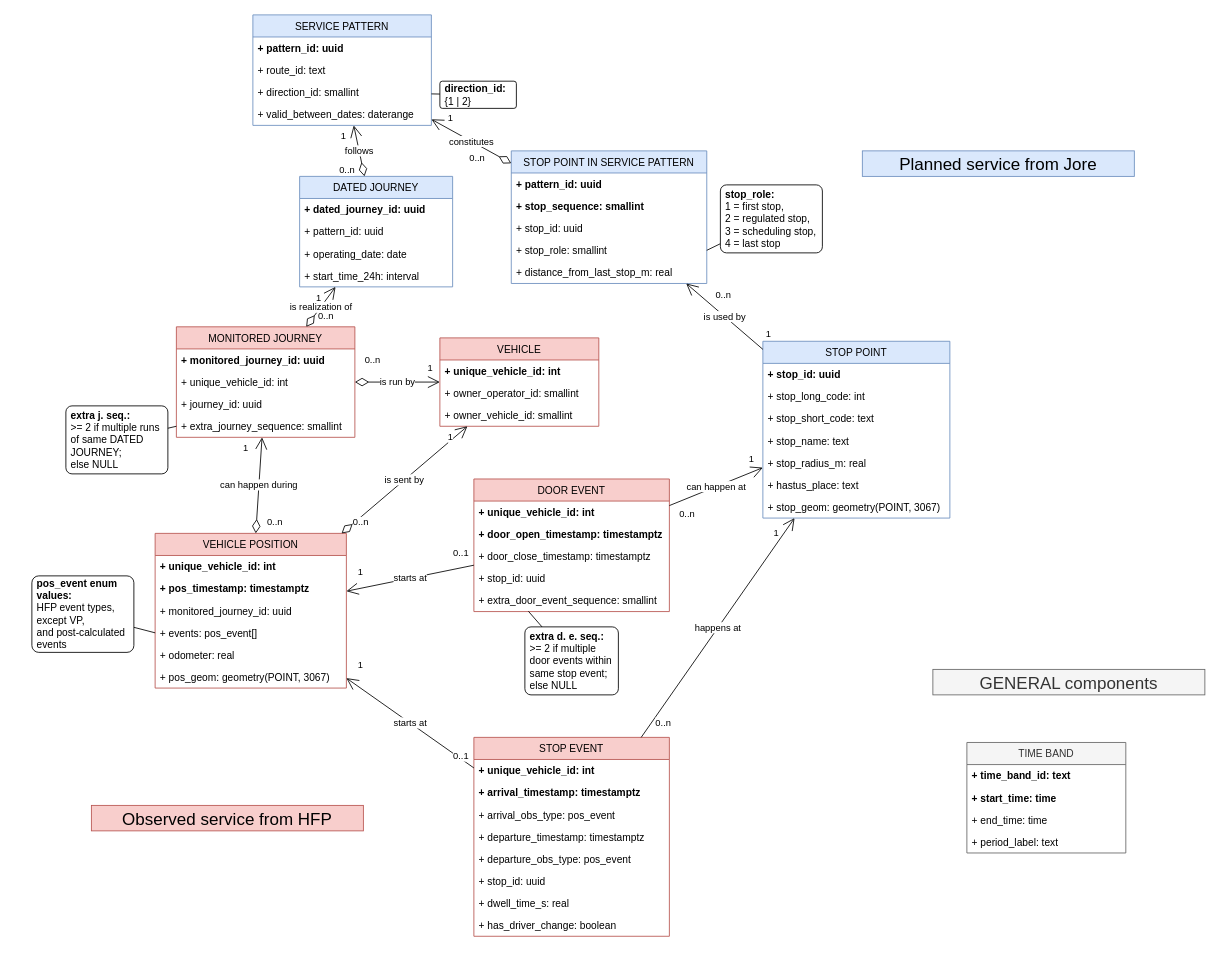
Before: page "tlt-schema" (1 of 2) of docs/tlt-diagrams.drawio in HSLdevcom/toimivuus, a draw.io diagram. Source tidied: cells renumbered, new cells numbered last; positions are measured from the earlier drawing's top-left corner, leaving out a move shared by most shapes. Both pictures are drawn from the tidied source at 85%, with x=0, y=0 at pixel (31, 14).
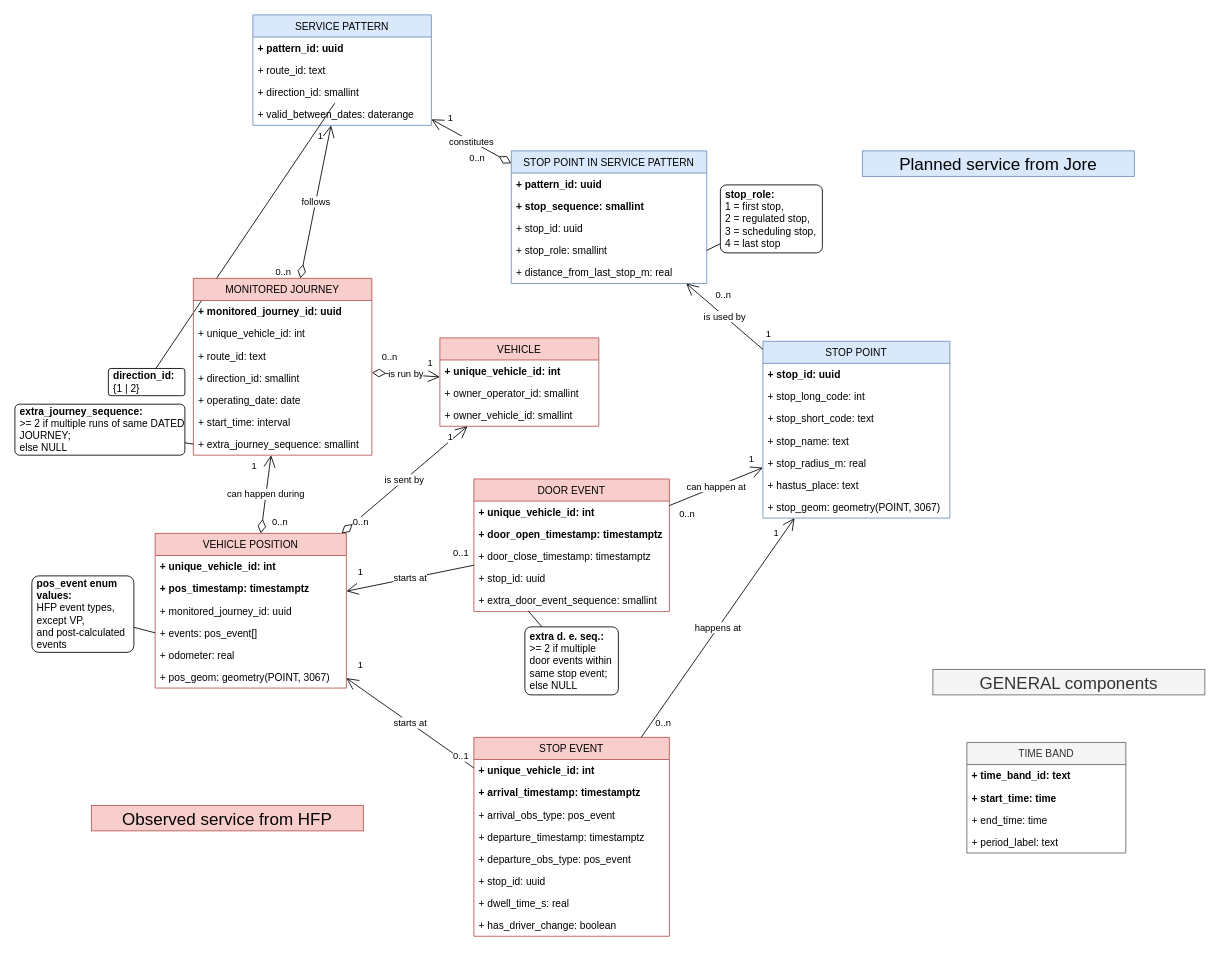
After the change.

Commit message:
Simplify journey data model

Unchanged cells that the change refers to:
```xml
<mxCell id="21" value="SERVICE PATTERN" style="swimlane;fontStyle=0;horizontal=1;startSize=26;fillColor=#dae8fc;strokeColor=#6c8ebf;" parent="1" vertex="1">
  <mxGeometry x="260" width="210" height="130" as="geometry" />
</mxCell>
<mxCell id="50" value="is run by" style="endArrow=open;html=1;endSize=12;startArrow=diamondThin;startSize=14;startFill=0;rounded=0;" parent="1" edge="1" source="41" target="46">
  <mxGeometry relative="1" as="geometry" />
</mxCell>
```

Change to the diagram source:
```diff
@@
-    <mxCell id="2" value="DATED JOURNEY" style="swimlane;fontStyle=0;horizontal=1;startSize=26;fillColor=#dae8fc;strokeColor=#6c8ebf;" parent="1" vertex="1">
-      <mxGeometry x="315" y="190" width="180" height="130" as="geometry" />
-    </mxCell>
-    <mxCell id="3" value="+ dated_journey_id: uuid" style="text;strokeColor=none;fillColor=none;align=left;verticalAlign=top;spacingLeft=4;spacingRight=4;overflow=hidden;fontStyle=1;" parent="2" vertex="1">
-      <mxGeometry y="26" width="180" height="26" as="geometry" />
-    </mxCell>
-    <mxCell id="4" value="+ pattern_id: uuid" style="text;strokeColor=none;fillColor=none;align=left;verticalAlign=top;spacingLeft=4;spacingRight=4;overflow=hidden;" parent="2" vertex="1">
-      <mxGeometry y="52" width="180" height="26" as="geometry" />
-    </mxCell>
-    <mxCell id="5" value="+ operating_date: date" style="text;strokeColor=none;fillColor=none;align=left;verticalAlign=top;spacingLeft=4;spacingRight=4;overflow=hidden;" parent="2" vertex="1">
-      <mxGeometry y="78" width="180" height="26" as="geometry" />
-    </mxCell>
-    <mxCell id="6" value="+ start_time_24h: interval" style="text;strokeColor=none;fillColor=none;align=left;verticalAlign=top;spacingLeft=4;spacingRight=4;overflow=hidden;" parent="2" vertex="1">
-      <mxGeometry y="104" width="180" height="26" as="geometry" />
-    </mxCell>
@@
-    <mxCell id="32" value="follows" style="endArrow=open;html=1;endSize=12;startArrow=diamondThin;startSize=14;startFill=0;rounded=0;" parent="1" edge="1" source="2" target="21">
+    <mxCell id="32" value="follows" style="endArrow=open;html=1;endSize=12;startArrow=diamondThin;startSize=14;startFill=0;rounded=0;" parent="1" edge="1" source="41" target="21">
       <mxGeometry relative="1" as="geometry" />
     </mxCell>
@@
     <mxCell id="37" value="&lt;div&gt;&lt;b&gt;direction_id:&lt;/b&gt;&lt;/div&gt;&lt;div&gt;{1 | 2}&lt;/div&gt;" style="rounded=1;whiteSpace=wrap;html=1;align=left;arcSize=9;spacingLeft=4;" parent="1" vertex="1">
-      <mxGeometry x="480" y="78" width="90" height="32" as="geometry" />
+      <mxGeometry x="90" y="416" width="90" height="32" as="geometry" />
     </mxCell>
@@
     <mxCell id="41" value="MONITORED JOURNEY" style="swimlane;fontStyle=0;horizontal=1;startSize=26;fillColor=#f8cecc;strokeColor=#b85450;" parent="1" vertex="1">
-      <mxGeometry x="170" y="367" width="210" height="130" as="geometry" />
+      <mxGeometry x="190" y="310" width="210" height="208" as="geometry" />
     </mxCell>
@@
+    <mxCell id="108" value="+ route_id: text" style="text;strokeColor=none;fillColor=none;align=left;verticalAlign=top;spacingLeft=4;spacingRight=4;overflow=hidden;fontStyle=0;" parent="41" vertex="1">
+      <mxGeometry y="78" width="210" height="26" as="geometry" />
+    </mxCell>
+    <mxCell id="109" value="+ direction_id: smallint" style="text;strokeColor=none;fillColor=none;align=left;verticalAlign=top;spacingLeft=4;spacingRight=4;overflow=hidden;fontStyle=0;" parent="41" vertex="1">
+      <mxGeometry y="104" width="210" height="26" as="geometry" />
+    </mxCell>
-    <mxCell id="44" value="+ journey_id: uuid" style="text;strokeColor=none;fillColor=none;align=left;verticalAlign=top;spacingLeft=4;spacingRight=4;overflow=hidden;" parent="41" vertex="1">
-      <mxGeometry y="78" width="210" height="26" as="geometry" />
+    <mxCell id="44" value="+ operating_date: date" style="text;strokeColor=none;fillColor=none;align=left;verticalAlign=top;spacingLeft=4;spacingRight=4;overflow=hidden;" parent="41" vertex="1">
+      <mxGeometry y="130" width="210" height="26" as="geometry" />
     </mxCell>
+    <mxCell id="110" value="+ start_time: interval" style="text;strokeColor=none;fillColor=none;align=left;verticalAlign=top;spacingLeft=4;spacingRight=4;overflow=hidden;" parent="41" vertex="1">
+      <mxGeometry y="156" width="210" height="26" as="geometry" />
+    </mxCell>
     <mxCell id="45" value="+ extra_journey_sequence: smallint" style="text;strokeColor=none;fillColor=none;align=left;verticalAlign=top;spacingLeft=4;spacingRight=4;overflow=hidden;points=[[0,0.5],[1,0.5]];portConstraint=eastwest;" parent="41" vertex="1">
-      <mxGeometry y="104" width="210" height="26" as="geometry" />
+      <mxGeometry y="182" width="210" height="26" as="geometry" />
     </mxCell>
@@
     <mxCell id="51" value="0..n" style="edgeLabel;html=1;align=left;verticalAlign=top;" parent="50" vertex="1">
       <mxGeometry x="-1" relative="1" as="geometry">
-        <mxPoint x="10" y="-39" as="offset" />
+        <mxPoint x="10" y="-30.8" as="offset" />
       </mxGeometry>
     </mxCell>
@@
-    <mxCell id="53" value="is realization of" style="endArrow=open;html=1;endSize=12;startArrow=diamondThin;startSize=14;startFill=0;rounded=0;" parent="1" edge="1" source="41" target="2">
-      <mxGeometry relative="1" as="geometry" />
-    </mxCell>
-    <mxCell id="54" value="0..n" style="edgeLabel;html=1;align=left;verticalAlign=top;" parent="53" vertex="1">
-      <mxGeometry x="-1" relative="1" as="geometry">
-        <mxPoint x="12" y="-26" as="offset" />
-      </mxGeometry>
-    </mxCell>
-    <mxCell id="55" value="1" style="edgeLabel;html=1;align=right;verticalAlign=top;" parent="53" vertex="1">
-      <mxGeometry x="1" relative="1" as="geometry">
-        <mxPoint x="-16" as="offset" />
-      </mxGeometry>
-    </mxCell>
-    <mxCell id="56" value="&lt;b&gt;extra j. seq.:&lt;/b&gt;&lt;br&gt;&amp;gt;= 2 if multiple runs of same DATED JOURNEY;&lt;br&gt;else NULL&lt;br&gt;&lt;div&gt;&lt;/div&gt;" style="rounded=1;whiteSpace=wrap;html=1;align=left;arcSize=9;spacingLeft=4;" parent="1" vertex="1">
-      <mxGeometry x="40" y="460" width="120" height="80" as="geometry" />
+    <mxCell id="56" value="&lt;b&gt;extra_journey_sequence:&lt;/b&gt;&lt;br&gt;&amp;gt;= 2 if multiple runs of same DATED JOURNEY;&lt;br&gt;else NULL&lt;br&gt;&lt;div&gt;&lt;/div&gt;" style="rounded=1;whiteSpace=wrap;html=1;align=left;arcSize=9;spacingLeft=4;" parent="1" vertex="1">
+      <mxGeometry x="-20" y="458" width="200" height="60" as="geometry" />
     </mxCell>
```
